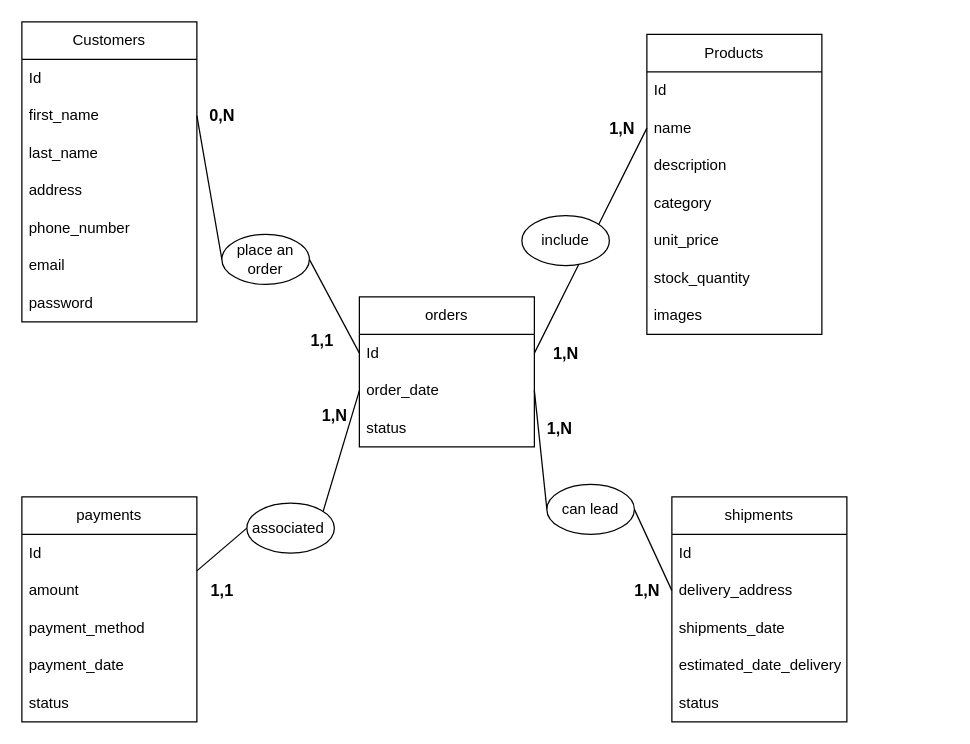
The draw.io diagram Diagramme sans nom.drawio in masanzashimba/draw__table, before the edit. Source tidied: cells renumbered, new cells numbered last; positions are measured from the earlier drawing's top-left corner, leaving out a move shared by most shapes. Both pictures are drawn from the tidied source at 125%, with x=0, y=0 at pixel (21, 21).
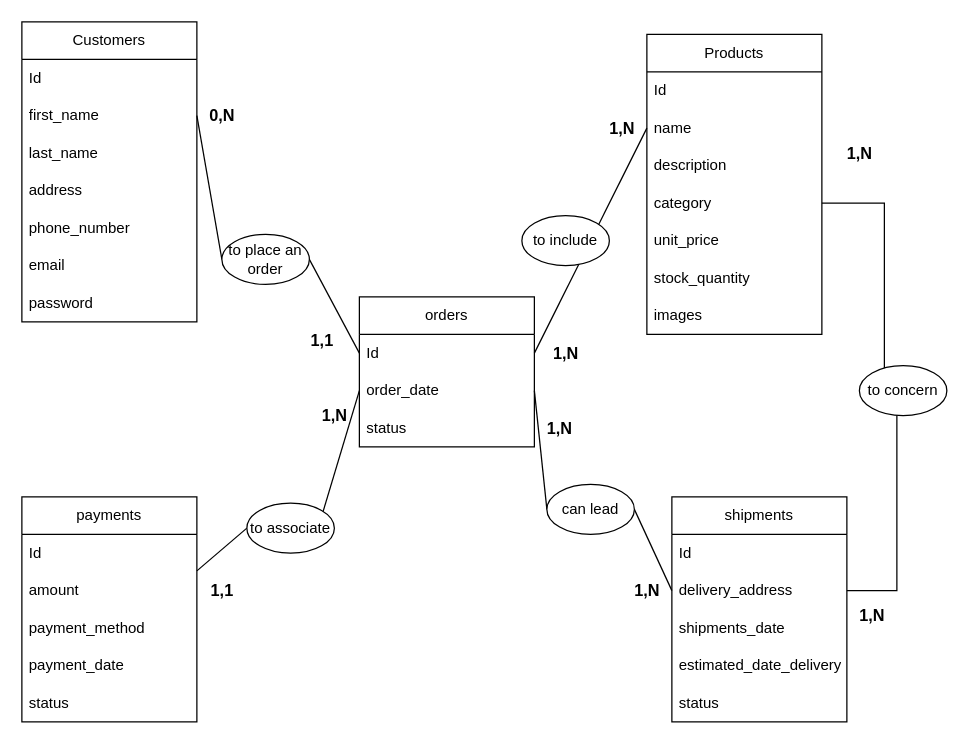
Above is the later version.

Commit message (it also covers changes not shown here):
Mettre à jour Diagramme sans nom.drawio

The change refers to these unchanged cells:
```xml
<mxCell id="6" value="category" style="text;strokeColor=none;fillColor=none;align=left;verticalAlign=middle;spacingLeft=4;spacingRight=4;overflow=hidden;points=[[0,0.5],[1,0.5]];portConstraint=eastwest;whiteSpace=wrap;html=1;" parent="2" vertex="1">
  <mxGeometry y="120" width="140" height="30" as="geometry" />
</mxCell>
<mxCell id="30" value="delivery_address" style="text;strokeColor=none;fillColor=none;align=left;verticalAlign=middle;spacingLeft=4;spacingRight=4;overflow=hidden;points=[[0,0.5],[1,0.5]];portConstraint=eastwest;whiteSpace=wrap;html=1;" parent="28" vertex="1">
  <mxGeometry y="60" width="140" height="30" as="geometry" />
</mxCell>
```

Diff of the diagram source:
```diff
@@
-    <mxCell id="39" value="&lt;p&gt;associated&amp;nbsp;&lt;/p&gt;" style="ellipse;whiteSpace=wrap;html=1;" parent="1" vertex="1">
+    <mxCell id="39" value="&lt;p&gt;to associate&lt;/p&gt;" style="ellipse;whiteSpace=wrap;html=1;" parent="1" vertex="1">
       <mxGeometry x="180" y="385" width="70" height="40" as="geometry" />
     </mxCell>
@@
-    <mxCell id="41" value="place an order" style="ellipse;whiteSpace=wrap;html=1;" parent="1" vertex="1">
+    <mxCell id="41" value="to place an order" style="ellipse;whiteSpace=wrap;html=1;" parent="1" vertex="1">
       <mxGeometry x="160" y="170" width="70" height="40" as="geometry" />
     </mxCell>
-    <mxCell id="42" value="include" style="ellipse;whiteSpace=wrap;html=1;" parent="1" vertex="1">
+    <mxCell id="42" value="to include" style="ellipse;whiteSpace=wrap;html=1;" parent="1" vertex="1">
       <mxGeometry x="400" y="155" width="70" height="40" as="geometry" />
     </mxCell>
@@
+    <mxCell id="53" value="&lt;b&gt;&lt;font style=&quot;font-size: 13px;&quot;&gt;1,N&lt;/font&gt;&lt;/b&gt;" style="text;html=1;align=center;verticalAlign=middle;strokeColor=none;fillColor=none;" parent="1" vertex="1">
+      <mxGeometry x="660" y="460" width="40" height="30" as="geometry" />
+    </mxCell>
+    <mxCell id="54" value="&lt;b&gt;&lt;font style=&quot;font-size: 13px;&quot;&gt;1,N&lt;/font&gt;&lt;/b&gt;" style="text;html=1;align=center;verticalAlign=middle;strokeColor=none;fillColor=none;" parent="1" vertex="1">
+      <mxGeometry x="650" y="90" width="40" height="30" as="geometry" />
+    </mxCell>
+    <mxCell id="55" style="edgeStyle=elbowEdgeStyle;elbow=horizontal;endArrow=none;html=1;curved=0;rounded=0;endSize=8;startSize=8;entryX=1;entryY=0.5;entryDx=0;entryDy=0;exitX=1;exitY=0.5;exitDx=0;exitDy=0;endFill=0;" parent="1" edge="1" source="57" target="6">
+      <mxGeometry relative="1" as="geometry" />
+    </mxCell>
+    <mxCell id="56" style="edgeStyle=elbowEdgeStyle;elbow=horizontal;endArrow=none;html=1;curved=0;rounded=0;endSize=8;startSize=8;entryX=1;entryY=0.5;entryDx=0;entryDy=0;exitX=1;exitY=0.5;exitDx=0;exitDy=0;endFill=0;" parent="1" edge="1" source="30" target="57">
+      <mxGeometry relative="1" as="geometry">
+        <Array as="points">
+          <mxPoint x="700" y="300" />
+        </Array>
+      </mxGeometry>
+    </mxCell>
+    <mxCell id="57" value="to concern" style="ellipse;whiteSpace=wrap;html=1;" parent="1" vertex="1">
+      <mxGeometry x="670" y="275" width="70" height="40" as="geometry" />
+    </mxCell>
```
